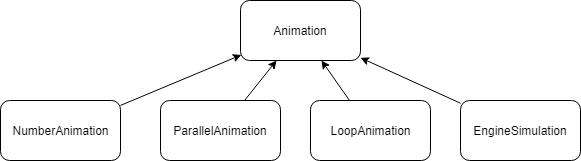
This is animation-classes.png from mvinturis/composite-design-pattern, a draw.io export, as it was before one commit. Source tidied: cells renumbered, new cells last; positions are measured from the earlier drawing's top-left corner, leaving out a move shared by most shapes.
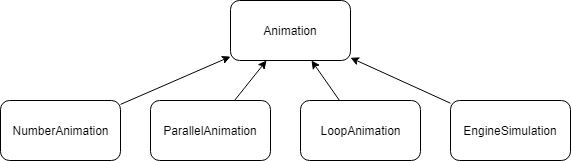
After the commit.

What changed in the source:
```diff
@@ -5,11 +5,11 @@
     <mxCell id="2" value="Animation" style="rounded=1;whiteSpace=wrap;html=1;" parent="1" vertex="1">
       <mxGeometry x="240" width="120" height="60" as="geometry" />
     </mxCell>
-    <mxCell id="3" style="rounded=0;jettySize=auto;html=1;entryX=0.007;entryY=0.907;entryDx=0;entryDy=0;entryPerimeter=0;" parent="1" edge="1" source="4" target="2">
+    <mxCell id="3" style="rounded=0;jettySize=auto;html=1;" parent="1" edge="1" source="4" target="2">
       <mxGeometry relative="1" as="geometry" />
     </mxCell>
     <mxCell id="4" value="NumberAnimation" style="rounded=1;whiteSpace=wrap;html=1;" parent="1" vertex="1">
-      <mxGeometry y="100" width="120" height="60" as="geometry" />
+      <mxGeometry x="10" y="100" width="120" height="60" as="geometry" />
     </mxCell>
     <mxCell id="5" style="edgeStyle=none;rounded=0;jettySize=auto;html=1;" parent="1" edge="1" source="6" target="2">
       <mxGeometry relative="1" as="geometry" />
```
